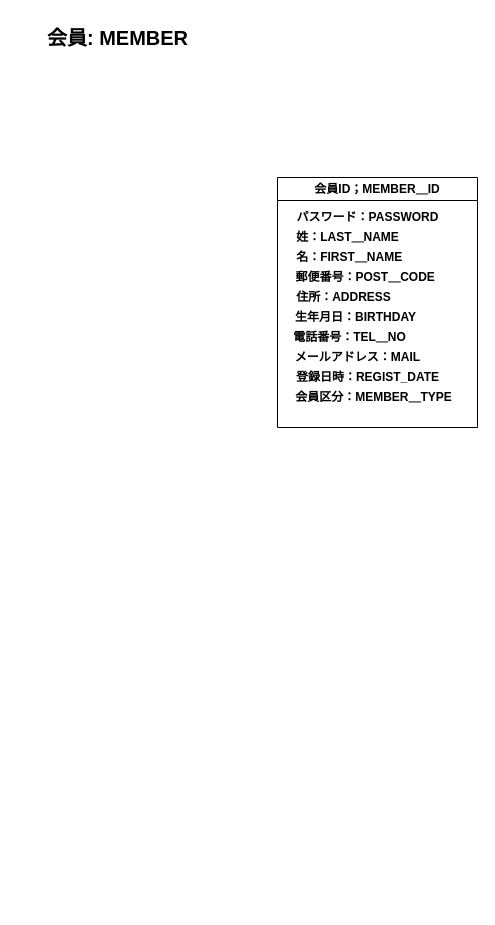
Above: Untitled Diagram.drawio in AnhTuan-Nguyen99/ERMap (draw.io), before the change. Source tidied: cells renumbered, new cells numbered last; positions are measured from the earlier drawing's top-left corner, leaving out a move shared by most shapes. Both pictures are drawn from the tidied source at 100%, with x=0, y=0 at pixel (17, 17).
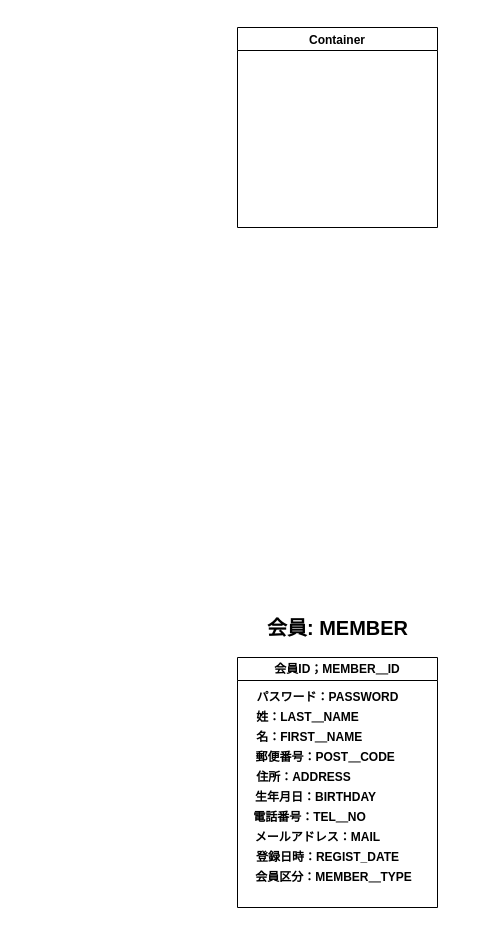
After the change.

The edit, as a diff of the source:
```diff
@@
 <mxGraphModel>
   <root>
     <mxCell id="0" />
     <mxCell id="1" parent="0" />
     <mxCell id="2" value="会員ID；MEMBER＿ID" style="swimlane;whiteSpace=wrap;html=1;" parent="1" vertex="1">
-      <mxGeometry x="260" y="160" width="200" height="250" as="geometry" />
+      <mxGeometry x="220" y="640" width="200" height="250" as="geometry" />
     </mxCell>
     <mxCell id="3" value="パスワード：PASSWORD" style="text;strokeColor=none;fillColor=none;html=1;fontSize=12;fontStyle=1;verticalAlign=middle;align=center;" parent="2" vertex="1">
       <mxGeometry y="30" width="180" height="20" as="geometry" />
     </mxCell>
     <mxCell id="4" value="姓：LAST＿NAME" style="text;strokeColor=none;fillColor=none;html=1;fontSize=12;fontStyle=1;verticalAlign=middle;align=center;" parent="2" vertex="1">
       <mxGeometry x="-20" y="50" width="180" height="20" as="geometry" />
     </mxCell>
     <mxCell id="5" value="&amp;nbsp;名：FIRST＿NAME" style="text;strokeColor=none;fillColor=none;html=1;fontSize=12;fontStyle=1;verticalAlign=middle;align=center;" parent="2" vertex="1">
       <mxGeometry x="-20" y="70" width="180" height="20" as="geometry" />
     </mxCell>
     <mxCell id="6" value="　 郵便番号：POST＿CODE" style="text;strokeColor=none;fillColor=none;html=1;fontSize=12;fontStyle=1;verticalAlign=middle;align=center;" parent="2" vertex="1">
       <mxGeometry x="-10" y="90" width="180" height="20" as="geometry" />
     </mxCell>
     <mxCell id="7" value="　住所：ADDRESS" style="text;strokeColor=none;fillColor=none;html=1;fontSize=12;fontStyle=1;verticalAlign=middle;align=center;" parent="2" vertex="1">
       <mxGeometry x="-30" y="110" width="180" height="20" as="geometry" />
     </mxCell>
     <mxCell id="8" value="　　　生年月日：BIRTHDAY" style="text;strokeColor=none;fillColor=none;html=1;fontSize=12;fontStyle=1;verticalAlign=middle;align=center;" parent="2" vertex="1">
       <mxGeometry x="-30" y="130" width="180" height="20" as="geometry" />
     </mxCell>
     <mxCell id="9" value="　　電話番号：TEL＿NO" style="text;strokeColor=none;fillColor=none;html=1;fontSize=12;fontStyle=1;verticalAlign=middle;align=center;" parent="2" vertex="1">
       <mxGeometry x="-30" y="150" width="180" height="20" as="geometry" />
     </mxCell>
     <mxCell id="10" value="メールアドレス：MAIL" style="text;strokeColor=none;fillColor=none;html=1;fontSize=12;fontStyle=1;verticalAlign=middle;align=center;" parent="2" vertex="1">
       <mxGeometry x="-10" y="170" width="180" height="20" as="geometry" />
     </mxCell>
     <mxCell id="11" value="登録日時：REGIST_DATE" style="text;strokeColor=none;fillColor=none;html=1;fontSize=12;fontStyle=1;verticalAlign=middle;align=center;" parent="2" vertex="1">
       <mxGeometry y="190" width="180" height="20" as="geometry" />
     </mxCell>
     <mxCell id="12" value="　会員区分：MEMBER＿TYPE" style="text;strokeColor=none;fillColor=none;html=1;fontSize=12;fontStyle=1;verticalAlign=middle;align=center;" parent="2" vertex="1">
       <mxGeometry y="210" width="180" height="20" as="geometry" />
     </mxCell>
     <mxCell id="13" value="会員: MEMBER" style="text;strokeColor=none;fillColor=none;html=1;fontSize=20;fontStyle=1;verticalAlign=middle;align=center;" parent="1" vertex="1">
-      <mxGeometry width="200" height="40" as="geometry" />
+      <mxGeometry x="220" y="590" width="200" height="40" as="geometry" />
     </mxCell>
+    <mxCell id="14" value="Container" style="swimlane;" parent="1" vertex="1">
+      <mxGeometry x="220" y="10" width="200" height="200" as="geometry" />
+    </mxCell>
   </root>
 </mxGraphModel>
```
